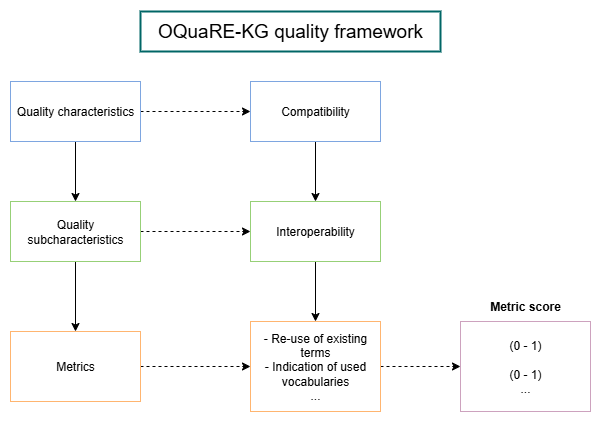
Above: framework/images/ExampleOquareKG.png in tecnomod-um/oquare-kg (draw.io), before the change. Source tidied: cells renumbered, new cells last; positions are measured from the earlier drawing's top-left corner, leaving out a move shared by most shapes. The source it was exported from:
```xml
<mxGraphModel>
  <root>
    <mxCell id="0" />
    <mxCell id="1" parent="0" />
    <mxCell id="2" style="edgeStyle=orthogonalEdgeStyle;rounded=0;jettySize=auto;html=1;exitX=0.5;exitY=1;exitDx=0;exitDy=0;entryX=0.5;entryY=0;entryDx=0;entryDy=0;" parent="1" edge="1" source="4" target="7">
      <mxGeometry relative="1" as="geometry" />
    </mxCell>
    <mxCell id="3" style="edgeStyle=orthogonalEdgeStyle;rounded=0;jettySize=auto;html=1;entryX=0;entryY=0.5;entryDx=0;entryDy=0;dashed=1;strokeWidth=1;strokeColor=#000000;" parent="1" edge="1" source="4" target="11">
      <mxGeometry relative="1" as="geometry" />
    </mxCell>
    <mxCell id="4" value="Quality characteristics" style="rounded=0;whiteSpace=wrap;html=1;fillColor=#FFFFFF;strokeWidth=1;strokeColor=#7EA6E0;" parent="1" vertex="1">
      <mxGeometry y="70" width="130" height="60" as="geometry" />
    </mxCell>
    <mxCell id="5" style="edgeStyle=orthogonalEdgeStyle;rounded=0;jettySize=auto;html=1;entryX=0.5;entryY=0;entryDx=0;entryDy=0;" parent="1" edge="1" source="7" target="9">
      <mxGeometry relative="1" as="geometry" />
    </mxCell>
    <mxCell id="6" style="edgeStyle=orthogonalEdgeStyle;rounded=0;jettySize=auto;html=1;entryX=0;entryY=0.5;entryDx=0;entryDy=0;dashed=1;curved=0;" parent="1" edge="1" source="7" target="13">
      <mxGeometry relative="1" as="geometry" />
    </mxCell>
    <mxCell id="7" value="Quality subcharacteristics" style="rounded=0;whiteSpace=wrap;html=1;strokeColor=#97D077;" parent="1" vertex="1">
      <mxGeometry y="190" width="130" height="60" as="geometry" />
    </mxCell>
    <mxCell id="8" style="edgeStyle=orthogonalEdgeStyle;rounded=0;jettySize=auto;html=1;entryX=0;entryY=0.5;entryDx=0;entryDy=0;dashed=1;" parent="1" edge="1" source="9" target="15">
      <mxGeometry relative="1" as="geometry" />
    </mxCell>
    <mxCell id="9" value="Metrics" style="rounded=0;whiteSpace=wrap;html=1;strokeColor=#FFB570;" parent="1" vertex="1">
      <mxGeometry y="320" width="130" height="70" as="geometry" />
    </mxCell>
    <mxCell id="10" style="edgeStyle=orthogonalEdgeStyle;rounded=0;jettySize=auto;html=1;exitX=0.5;exitY=1;exitDx=0;exitDy=0;entryX=0.5;entryY=0;entryDx=0;entryDy=0;" parent="1" edge="1" source="11" target="13">
      <mxGeometry relative="1" as="geometry" />
    </mxCell>
    <mxCell id="11" value="Compatibility" style="rounded=0;whiteSpace=wrap;html=1;strokeWidth=1;strokeColor=#7EA6E0;" parent="1" vertex="1">
      <mxGeometry x="240" y="70" width="130" height="60" as="geometry" />
    </mxCell>
    <mxCell id="12" style="edgeStyle=orthogonalEdgeStyle;rounded=0;jettySize=auto;html=1;entryX=0.5;entryY=0;entryDx=0;entryDy=0;" parent="1" edge="1" source="13" target="15">
      <mxGeometry relative="1" as="geometry" />
    </mxCell>
    <mxCell id="13" value="Interoperability" style="rounded=0;whiteSpace=wrap;html=1;strokeColor=#97D077;" parent="1" vertex="1">
      <mxGeometry x="240" y="190" width="130" height="60" as="geometry" />
    </mxCell>
    <mxCell id="14" style="edgeStyle=orthogonalEdgeStyle;rounded=0;jettySize=auto;html=1;dashed=1;entryX=0;entryY=0.5;entryDx=0;entryDy=0;" parent="1" edge="1" source="15" target="16">
      <mxGeometry relative="1" as="geometry" />
    </mxCell>
    <mxCell id="15" value="- Re-use of existing terms&lt;div&gt;- Indication of used vocabularies&lt;/div&gt;&lt;div&gt;...&lt;/div&gt;" style="rounded=0;whiteSpace=wrap;html=1;strokeColor=#FFB570;" parent="1" vertex="1">
      <mxGeometry x="240" y="310" width="130" height="90" as="geometry" />
    </mxCell>
    <mxCell id="16" value="(0 - 1)&lt;div&gt;&lt;br&gt;&lt;div&gt;(0 - 1)&lt;/div&gt;&lt;div&gt;...&lt;/div&gt;&lt;/div&gt;" style="rounded=0;whiteSpace=wrap;html=1;strokeColor=#CDA2BE;" parent="1" vertex="1">
      <mxGeometry x="450" y="310" width="130" height="90" as="geometry" />
    </mxCell>
    <mxCell id="17" value="&lt;b&gt;Metric score&lt;/b&gt;" style="text;html=1;align=center;verticalAlign=middle;whiteSpace=wrap;rounded=0;" parent="1" vertex="1">
      <mxGeometry x="460" y="280" width="110" height="30" as="geometry" />
    </mxCell>
    <mxCell id="18" value="&lt;font style=&quot;font-size: 19px;&quot;&gt;OQuaRE-KG quality framework&lt;/font&gt;" style="text;html=1;align=center;verticalAlign=middle;whiteSpace=wrap;rounded=0;fillColor=#FFFFFF;strokeColor=#006666;strokeWidth=2;" parent="1" vertex="1">
      <mxGeometry x="130" width="300" height="40" as="geometry" />
    </mxCell>
  </root>
</mxGraphModel>
```
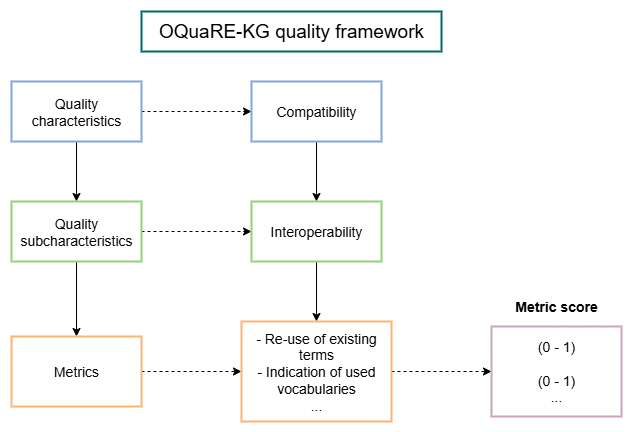
Later version of the same file.

Diff of the diagram source:
```diff
@@ -2,53 +2,53 @@
   <root>
     <mxCell id="0" />
     <mxCell id="1" parent="0" />
-    <mxCell id="2" style="edgeStyle=orthogonalEdgeStyle;rounded=0;jettySize=auto;html=1;exitX=0.5;exitY=1;exitDx=0;exitDy=0;entryX=0.5;entryY=0;entryDx=0;entryDy=0;" parent="1" edge="1" source="4" target="7">
+    <mxCell id="2" style="edgeStyle=orthogonalEdgeStyle;rounded=0;jettySize=auto;html=1;exitX=0.5;exitY=1;exitDx=0;exitDy=0;entryX=0.5;entryY=0;entryDx=0;entryDy=0;fontSize=14;" parent="1" edge="1" source="4" target="7">
       <mxGeometry relative="1" as="geometry" />
     </mxCell>
-    <mxCell id="3" style="edgeStyle=orthogonalEdgeStyle;rounded=0;jettySize=auto;html=1;entryX=0;entryY=0.5;entryDx=0;entryDy=0;dashed=1;strokeWidth=1;strokeColor=#000000;" parent="1" edge="1" source="4" target="11">
+    <mxCell id="3" style="edgeStyle=orthogonalEdgeStyle;rounded=0;jettySize=auto;html=1;entryX=0;entryY=0.5;entryDx=0;entryDy=0;dashed=1;strokeWidth=1;strokeColor=#000000;fontSize=14;" parent="1" edge="1" source="4" target="11">
       <mxGeometry relative="1" as="geometry" />
     </mxCell>
-    <mxCell id="4" value="Quality characteristics" style="rounded=0;whiteSpace=wrap;html=1;fillColor=#FFFFFF;strokeWidth=1;strokeColor=#7EA6E0;" parent="1" vertex="1">
+    <mxCell id="4" value="Quality characteristics" style="rounded=0;whiteSpace=wrap;html=1;fillColor=#FFFFFF;strokeWidth=2;strokeColor=#7EA6E0;fontSize=14;" parent="1" vertex="1">
       <mxGeometry y="70" width="130" height="60" as="geometry" />
     </mxCell>
-    <mxCell id="5" style="edgeStyle=orthogonalEdgeStyle;rounded=0;jettySize=auto;html=1;entryX=0.5;entryY=0;entryDx=0;entryDy=0;" parent="1" edge="1" source="7" target="9">
+    <mxCell id="5" style="edgeStyle=orthogonalEdgeStyle;rounded=0;jettySize=auto;html=1;entryX=0.5;entryY=0;entryDx=0;entryDy=0;fontSize=14;" parent="1" edge="1" source="7" target="9">
       <mxGeometry relative="1" as="geometry" />
     </mxCell>
-    <mxCell id="6" style="edgeStyle=orthogonalEdgeStyle;rounded=0;jettySize=auto;html=1;entryX=0;entryY=0.5;entryDx=0;entryDy=0;dashed=1;curved=0;" parent="1" edge="1" source="7" target="13">
+    <mxCell id="6" style="edgeStyle=orthogonalEdgeStyle;rounded=0;jettySize=auto;html=1;entryX=0;entryY=0.5;entryDx=0;entryDy=0;dashed=1;curved=0;fontSize=14;" parent="1" edge="1" source="7" target="13">
       <mxGeometry relative="1" as="geometry" />
     </mxCell>
-    <mxCell id="7" value="Quality subcharacteristics" style="rounded=0;whiteSpace=wrap;html=1;strokeColor=#97D077;" parent="1" vertex="1">
+    <mxCell id="7" value="Quality subcharacteristics" style="rounded=0;whiteSpace=wrap;html=1;strokeColor=#97D077;fontSize=14;strokeWidth=2;" parent="1" vertex="1">
       <mxGeometry y="190" width="130" height="60" as="geometry" />
     </mxCell>
-    <mxCell id="8" style="edgeStyle=orthogonalEdgeStyle;rounded=0;jettySize=auto;html=1;entryX=0;entryY=0.5;entryDx=0;entryDy=0;dashed=1;" parent="1" edge="1" source="9" target="15">
+    <mxCell id="8" style="edgeStyle=orthogonalEdgeStyle;rounded=0;jettySize=auto;html=1;entryX=0;entryY=0.5;entryDx=0;entryDy=0;dashed=1;fontSize=14;" parent="1" edge="1" source="9" target="15">
       <mxGeometry relative="1" as="geometry" />
     </mxCell>
-    <mxCell id="9" value="Metrics" style="rounded=0;whiteSpace=wrap;html=1;strokeColor=#FFB570;" parent="1" vertex="1">
-      <mxGeometry y="320" width="130" height="70" as="geometry" />
+    <mxCell id="9" value="Metrics" style="rounded=0;whiteSpace=wrap;html=1;strokeColor=#FFB570;fontSize=14;strokeWidth=2;" parent="1" vertex="1">
+      <mxGeometry y="325" width="130" height="70" as="geometry" />
     </mxCell>
-    <mxCell id="10" style="edgeStyle=orthogonalEdgeStyle;rounded=0;jettySize=auto;html=1;exitX=0.5;exitY=1;exitDx=0;exitDy=0;entryX=0.5;entryY=0;entryDx=0;entryDy=0;" parent="1" edge="1" source="11" target="13">
+    <mxCell id="10" style="edgeStyle=orthogonalEdgeStyle;rounded=0;jettySize=auto;html=1;exitX=0.5;exitY=1;exitDx=0;exitDy=0;entryX=0.5;entryY=0;entryDx=0;entryDy=0;fontSize=14;" parent="1" edge="1" source="11" target="13">
       <mxGeometry relative="1" as="geometry" />
     </mxCell>
-    <mxCell id="11" value="Compatibility" style="rounded=0;whiteSpace=wrap;html=1;strokeWidth=1;strokeColor=#7EA6E0;" parent="1" vertex="1">
+    <mxCell id="11" value="Compatibility" style="rounded=0;whiteSpace=wrap;html=1;strokeWidth=2;strokeColor=#7EA6E0;fontSize=14;" parent="1" vertex="1">
       <mxGeometry x="240" y="70" width="130" height="60" as="geometry" />
     </mxCell>
-    <mxCell id="12" style="edgeStyle=orthogonalEdgeStyle;rounded=0;jettySize=auto;html=1;entryX=0.5;entryY=0;entryDx=0;entryDy=0;" parent="1" edge="1" source="13" target="15">
+    <mxCell id="12" style="edgeStyle=orthogonalEdgeStyle;rounded=0;jettySize=auto;html=1;entryX=0.5;entryY=0;entryDx=0;entryDy=0;fontSize=14;" parent="1" edge="1" source="13" target="15">
       <mxGeometry relative="1" as="geometry" />
     </mxCell>
-    <mxCell id="13" value="Interoperability" style="rounded=0;whiteSpace=wrap;html=1;strokeColor=#97D077;" parent="1" vertex="1">
+    <mxCell id="13" value="Interoperability" style="rounded=0;whiteSpace=wrap;html=1;strokeColor=#97D077;fontSize=14;strokeWidth=2;" parent="1" vertex="1">
       <mxGeometry x="240" y="190" width="130" height="60" as="geometry" />
     </mxCell>
-    <mxCell id="14" style="edgeStyle=orthogonalEdgeStyle;rounded=0;jettySize=auto;html=1;dashed=1;entryX=0;entryY=0.5;entryDx=0;entryDy=0;" parent="1" edge="1" source="15" target="16">
+    <mxCell id="14" style="edgeStyle=orthogonalEdgeStyle;rounded=0;jettySize=auto;html=1;dashed=1;entryX=0;entryY=0.5;entryDx=0;entryDy=0;fontSize=14;" parent="1" edge="1" source="15" target="16">
       <mxGeometry relative="1" as="geometry" />
     </mxCell>
-    <mxCell id="15" value="- Re-use of existing terms&lt;div&gt;- Indication of used vocabularies&lt;/div&gt;&lt;div&gt;...&lt;/div&gt;" style="rounded=0;whiteSpace=wrap;html=1;strokeColor=#FFB570;" parent="1" vertex="1">
-      <mxGeometry x="240" y="310" width="130" height="90" as="geometry" />
+    <mxCell id="15" value="- Re-use of existing terms&lt;div&gt;- Indication of used vocabularies&lt;/div&gt;&lt;div&gt;...&lt;/div&gt;" style="rounded=0;whiteSpace=wrap;html=1;strokeColor=#FFB570;fontSize=14;strokeWidth=2;" parent="1" vertex="1">
+      <mxGeometry x="230" y="310" width="150" height="100" as="geometry" />
     </mxCell>
-    <mxCell id="16" value="(0 - 1)&lt;div&gt;&lt;br&gt;&lt;div&gt;(0 - 1)&lt;/div&gt;&lt;div&gt;...&lt;/div&gt;&lt;/div&gt;" style="rounded=0;whiteSpace=wrap;html=1;strokeColor=#CDA2BE;" parent="1" vertex="1">
-      <mxGeometry x="450" y="310" width="130" height="90" as="geometry" />
+    <mxCell id="16" value="(0 - 1)&lt;div&gt;&lt;br&gt;&lt;div&gt;(0 - 1)&lt;/div&gt;&lt;div&gt;...&lt;/div&gt;&lt;/div&gt;" style="rounded=0;whiteSpace=wrap;html=1;strokeColor=#CDA2BE;fontSize=14;strokeWidth=2;" parent="1" vertex="1">
+      <mxGeometry x="480" y="315" width="130" height="90" as="geometry" />
     </mxCell>
-    <mxCell id="17" value="&lt;b&gt;Metric score&lt;/b&gt;" style="text;html=1;align=center;verticalAlign=middle;whiteSpace=wrap;rounded=0;" parent="1" vertex="1">
-      <mxGeometry x="460" y="280" width="110" height="30" as="geometry" />
+    <mxCell id="17" value="&lt;b&gt;Metric score&lt;/b&gt;" style="text;html=1;align=center;verticalAlign=middle;whiteSpace=wrap;rounded=0;fontSize=14;" parent="1" vertex="1">
+      <mxGeometry x="490" y="280" width="110" height="30" as="geometry" />
     </mxCell>
     <mxCell id="18" value="&lt;font style=&quot;font-size: 19px;&quot;&gt;OQuaRE-KG quality framework&lt;/font&gt;" style="text;html=1;align=center;verticalAlign=middle;whiteSpace=wrap;rounded=0;fillColor=#FFFFFF;strokeColor=#006666;strokeWidth=2;" parent="1" vertex="1">
       <mxGeometry x="130" width="300" height="40" as="geometry" />
```
